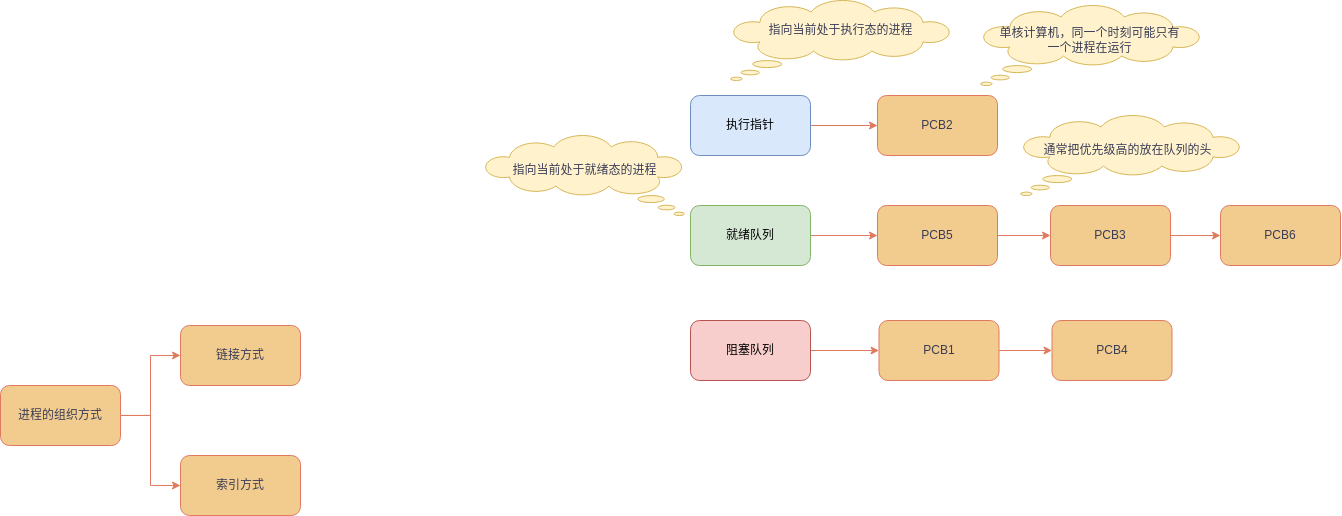
Earlier version of the draw.io export 进程的组织.drawio.png (YuMingLiDawn/Linux). Source tidied: cells renumbered, new cells last; positions are measured from the earlier drawing's top-left corner, leaving out a move shared by most shapes.
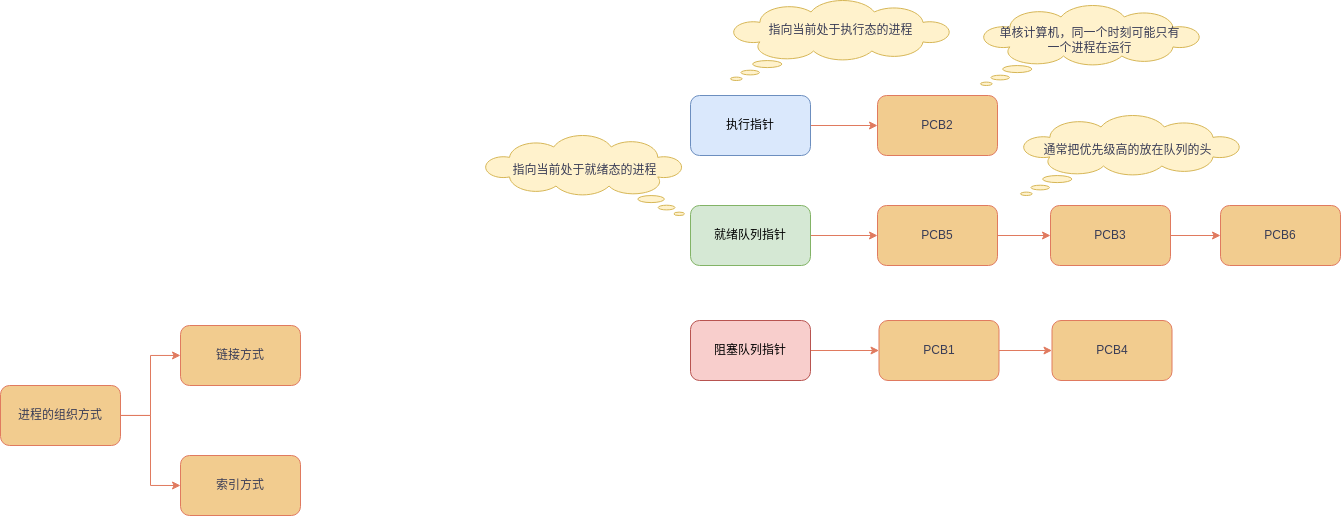
After the change.

Commit message:
更新进程的组织.drawio.png

What changed in the source:
```diff
@@ -26,13 +26,13 @@
     <mxCell id="9" style="edgeStyle=orthogonalEdgeStyle;rounded=0;jettySize=auto;html=1;strokeColor=#E07A5F;fontColor=#393C56;fillColor=#F2CC8F;" parent="1" edge="1" source="10" target="20">
       <mxGeometry relative="1" as="geometry" />
     </mxCell>
-    <mxCell id="10" value="阻塞队列" style="rounded=1;whiteSpace=wrap;html=1;strokeColor=#b85450;fillColor=#f8cecc;" parent="1" vertex="1">
+    <mxCell id="10" value="阻塞队列指针" style="rounded=1;whiteSpace=wrap;html=1;strokeColor=#b85450;fillColor=#f8cecc;" parent="1" vertex="1">
       <mxGeometry x="690" y="320" width="120" height="60" as="geometry" />
     </mxCell>
     <mxCell id="11" style="edgeStyle=orthogonalEdgeStyle;rounded=0;jettySize=auto;html=1;strokeColor=#E07A5F;fontColor=#393C56;fillColor=#F2CC8F;" parent="1" edge="1" source="12" target="15">
       <mxGeometry relative="1" as="geometry" />
     </mxCell>
-    <mxCell id="12" value="就绪队列" style="rounded=1;whiteSpace=wrap;html=1;strokeColor=#82b366;fillColor=#d5e8d4;" parent="1" vertex="1">
+    <mxCell id="12" value="就绪队列指针" style="rounded=1;whiteSpace=wrap;html=1;strokeColor=#82b366;fillColor=#d5e8d4;" parent="1" vertex="1">
       <mxGeometry x="690" y="205" width="120" height="60" as="geometry" />
     </mxCell>
     <mxCell id="13" value="PCB2" style="rounded=1;whiteSpace=wrap;html=1;labelBackgroundColor=none;fillColor=#F2CC8F;strokeColor=#E07A5F;fontColor=#393C56;" parent="1" vertex="1">
```
